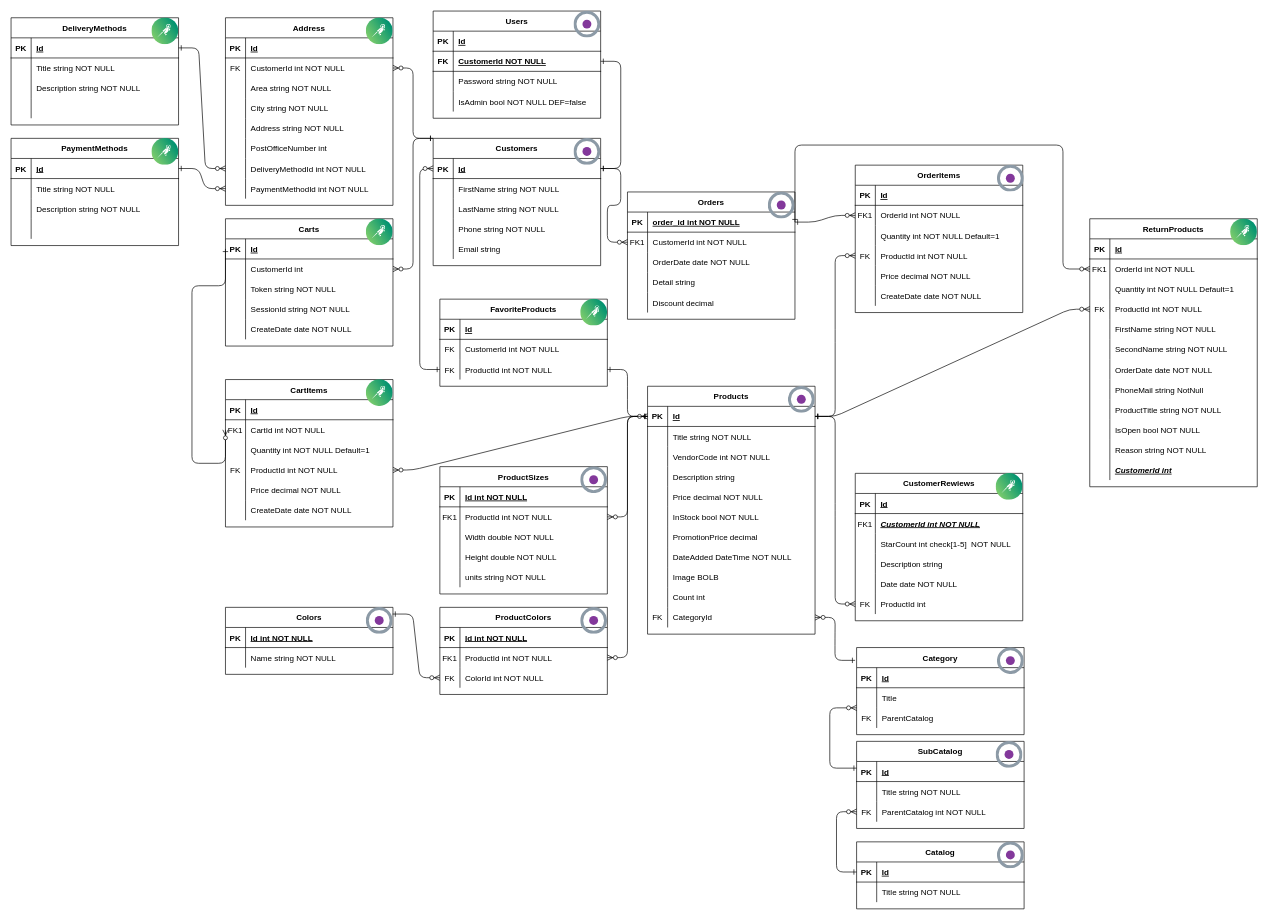
Earlier version of the draw.io diagram OpencartShop/Domain/DataBaseStruct.drawio (maxpe3447/OpencartShop). Source tidied: cells renumbered, new cells numbered last; positions are measured from the earlier drawing's top-left corner, leaving out a move shared by most shapes. Both pictures are drawn from the tidied source at 67%, with x=0, y=0 at pixel (11, 11).
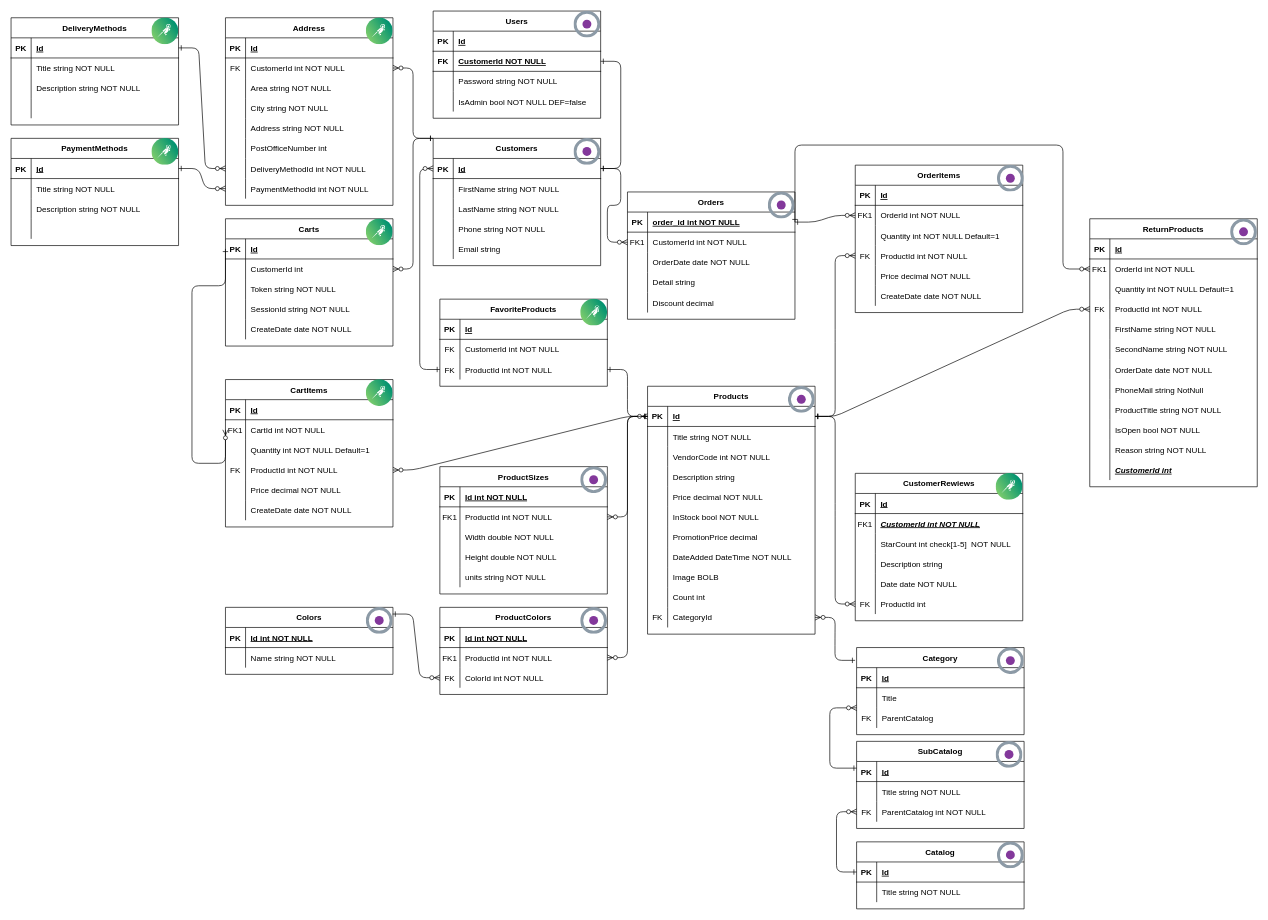
The same page after the edit.

Diff of the diagram source:
```diff
@@
-    <mxCell id="339" style="image;perimeter=ellipsePerimeter;html=1;align=center;fontSize=12;verticalAlign=top;fontColor=#364149;shadow=0;dashed=0;image=img/lib/cumulus/cumulus_linux_icon.svg;" parent="1" vertex="1">
-      <mxGeometry x="1820" y="310" width="40" height="40" as="geometry" />
-    </mxCell>
@@
+    <mxCell id="352" style="image;perimeter=ellipsePerimeter;html=1;align=center;fontSize=12;verticalAlign=top;fontColor=#364149;shadow=0;dashed=0;image=img/lib/cumulus/netq_agent.svg;" parent="1" vertex="1">
+      <mxGeometry x="1820" y="310" width="40" height="40" as="geometry" />
+    </mxCell>
```
